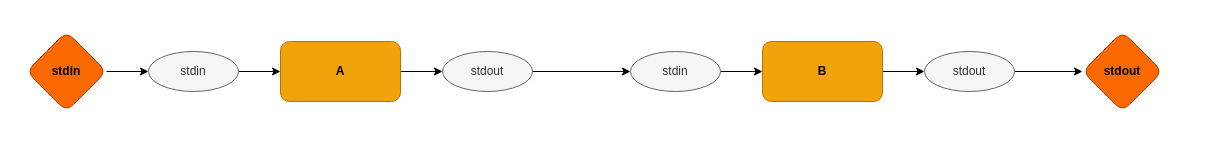
Above: seq.example.drawio in z64/odin0d (draw.io), before the change. Source tidied: cells renumbered, new cells numbered last; positions are measured from the earlier drawing's top-left corner, leaving out a move shared by most shapes. Both pictures are drawn from the tidied source at 100%, with x=0, y=0 at pixel (26, 31).
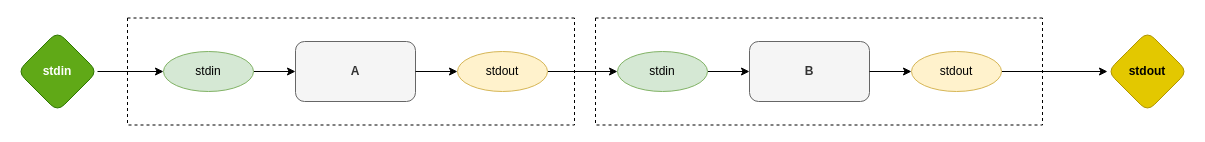
The same page after the edit.

What changed in the source:
```diff
@@
 <mxGraphModel>
   <root>
     <mxCell id="0" />
     <mxCell id="1" parent="0" />
     <mxCell id="2" style="edgeStyle=orthogonalEdgeStyle;rounded=1;jettySize=auto;html=1;exitX=1;exitY=0.5;exitDx=0;exitDy=0;entryX=0;entryY=0.5;entryDx=0;entryDy=0;" parent="1" edge="1" source="3" target="8">
       <mxGeometry relative="1" as="geometry" />
     </mxCell>
-    <mxCell id="3" value="stdin" style="rhombus;whiteSpace=wrap;html=1;rounded=1;fillColor=#fa6800;fontColor=#000000;strokeColor=#C73500;fontStyle=1;" parent="1" vertex="1">
-      <mxGeometry width="80" height="80" as="geometry" />
+    <mxCell id="3" value="stdin" style="rhombus;whiteSpace=wrap;html=1;rounded=1;fillColor=#60a917;fontColor=#ffffff;strokeColor=#2D7600;fontStyle=1;" parent="1" vertex="1">
+      <mxGeometry x="-9" width="80" height="80" as="geometry" />
     </mxCell>
-    <mxCell id="4" value="stdout" style="rhombus;whiteSpace=wrap;html=1;rounded=1;fillColor=#fa6800;fontColor=#000000;strokeColor=#C73500;fontStyle=1;" parent="1" vertex="1">
-      <mxGeometry x="1056" width="80" height="80" as="geometry" />
+    <mxCell id="4" value="stdout" style="rhombus;whiteSpace=wrap;html=1;rounded=1;fillColor=#e3c800;fontColor=#000000;strokeColor=#B09500;fontStyle=1;" parent="1" vertex="1">
+      <mxGeometry x="1081" width="80" height="80" as="geometry" />
     </mxCell>
-    <mxCell id="5" style="edgeStyle=orthogonalEdgeStyle;rounded=1;jettySize=auto;html=1;exitX=1;exitY=0.5;exitDx=0;exitDy=0;endArrow=classic;endFill=1;" parent="1" edge="1" source="6" target="10">
-      <mxGeometry relative="1" as="geometry" />
-    </mxCell>
+    <mxCell id="9" style="edgeStyle=orthogonalEdgeStyle;rounded=1;jettySize=auto;html=1;exitX=1;exitY=0.5;exitDx=0;exitDy=0;" parent="1" edge="1" source="10" target="14">
+      <mxGeometry relative="1" as="geometry" />
+    </mxCell>
+    <mxCell id="15" style="edgeStyle=orthogonalEdgeStyle;rounded=1;jettySize=auto;html=1;exitX=1;exitY=0.5;exitDx=0;exitDy=0;entryX=0;entryY=0.5;entryDx=0;entryDy=0;" parent="1" edge="1" source="16" target="4">
+      <mxGeometry relative="1" as="geometry" />
+    </mxCell>
+    <mxCell id="17" style="swimlane;startSize=0;dashed=1;" parent="1" vertex="1">
+      <mxGeometry x="101" y="-13.5" width="447" height="107" as="geometry" />
+    </mxCell>
-    <mxCell id="6" value="A" style="rounded=1;whiteSpace=wrap;html=1;fillColor=#f0a30a;strokeColor=#BD7000;fontColor=#000000;fontStyle=1;" parent="1" vertex="1">
-      <mxGeometry x="254" y="10" width="120" height="60" as="geometry" />
+    <mxCell id="6" value="A" style="rounded=1;whiteSpace=wrap;html=1;fillColor=#f5f5f5;strokeColor=#666666;fontColor=#333333;fontStyle=1;" parent="17" vertex="1">
+      <mxGeometry x="168" y="23.5" width="120" height="60" as="geometry" />
     </mxCell>
-    <mxCell id="7" style="edgeStyle=orthogonalEdgeStyle;rounded=1;jettySize=auto;html=1;exitX=1;exitY=0.5;exitDx=0;exitDy=0;entryX=0;entryY=0.5;entryDx=0;entryDy=0;endArrow=classic;endFill=1;" parent="1" edge="1" source="8" target="6">
+    <mxCell id="7" style="edgeStyle=orthogonalEdgeStyle;rounded=1;jettySize=auto;html=1;exitX=1;exitY=0.5;exitDx=0;exitDy=0;entryX=0;entryY=0.5;entryDx=0;entryDy=0;endArrow=classic;endFill=1;" parent="17" edge="1" source="8" target="6">
       <mxGeometry relative="1" as="geometry" />
     </mxCell>
-    <mxCell id="8" value="stdin" style="ellipse;whiteSpace=wrap;html=1;rounded=1;fillColor=#f5f5f5;strokeColor=#666666;fontColor=#333333;" parent="1" vertex="1">
-      <mxGeometry x="122" y="20" width="90" height="40" as="geometry" />
+    <mxCell id="8" value="stdin" style="ellipse;whiteSpace=wrap;html=1;rounded=1;fillColor=#d5e8d4;strokeColor=#82b366;" parent="17" vertex="1">
+      <mxGeometry x="36" y="33.5" width="90" height="40" as="geometry" />
     </mxCell>
-    <mxCell id="9" style="edgeStyle=orthogonalEdgeStyle;rounded=1;jettySize=auto;html=1;exitX=1;exitY=0.5;exitDx=0;exitDy=0;" parent="1" edge="1" source="10" target="14">
-      <mxGeometry relative="1" as="geometry" />
-    </mxCell>
-    <mxCell id="10" value="stdout" style="ellipse;whiteSpace=wrap;html=1;rounded=1;fillColor=#f5f5f5;strokeColor=#666666;fontColor=#333333;" parent="1" vertex="1">
-      <mxGeometry x="416" y="20" width="90" height="40" as="geometry" />
+    <mxCell id="10" value="stdout" style="ellipse;whiteSpace=wrap;html=1;rounded=1;fillColor=#fff2cc;strokeColor=#d6b656;" parent="17" vertex="1">
+      <mxGeometry x="330" y="33.5" width="90" height="40" as="geometry" />
     </mxCell>
-    <mxCell id="11" style="edgeStyle=orthogonalEdgeStyle;rounded=1;jettySize=auto;html=1;exitX=1;exitY=0.5;exitDx=0;exitDy=0;endArrow=classic;endFill=1;" parent="1" edge="1" source="12" target="16">
-      <mxGeometry relative="1" as="geometry" />
-    </mxCell>
+    <mxCell id="5" style="edgeStyle=orthogonalEdgeStyle;rounded=1;jettySize=auto;html=1;exitX=1;exitY=0.5;exitDx=0;exitDy=0;endArrow=classic;endFill=1;" parent="17" edge="1" source="6" target="10">
+      <mxGeometry relative="1" as="geometry" />
+    </mxCell>
+    <mxCell id="18" style="swimlane;startSize=0;dashed=1;" parent="1" vertex="1">
+      <mxGeometry x="569" y="-13.5" width="447" height="107" as="geometry" />
+    </mxCell>
-    <mxCell id="12" value="B" style="rounded=1;whiteSpace=wrap;html=1;fillColor=#f0a30a;strokeColor=#BD7000;fontColor=#000000;fontStyle=1;" parent="1" vertex="1">
-      <mxGeometry x="736" y="10" width="120" height="60" as="geometry" />
+    <mxCell id="12" value="B" style="rounded=1;whiteSpace=wrap;html=1;fillColor=#f5f5f5;strokeColor=#666666;fontColor=#333333;fontStyle=1;" parent="18" vertex="1">
+      <mxGeometry x="154" y="23.5" width="120" height="60" as="geometry" />
     </mxCell>
-    <mxCell id="13" style="edgeStyle=orthogonalEdgeStyle;rounded=1;jettySize=auto;html=1;exitX=1;exitY=0.5;exitDx=0;exitDy=0;entryX=0;entryY=0.5;entryDx=0;entryDy=0;endArrow=classic;endFill=1;" parent="1" edge="1" source="14" target="12">
+    <mxCell id="13" style="edgeStyle=orthogonalEdgeStyle;rounded=1;jettySize=auto;html=1;exitX=1;exitY=0.5;exitDx=0;exitDy=0;entryX=0;entryY=0.5;entryDx=0;entryDy=0;endArrow=classic;endFill=1;" parent="18" edge="1" source="14" target="12">
       <mxGeometry relative="1" as="geometry" />
     </mxCell>
-    <mxCell id="14" value="stdin" style="ellipse;whiteSpace=wrap;html=1;rounded=1;fillColor=#f5f5f5;strokeColor=#666666;fontColor=#333333;" parent="1" vertex="1">
-      <mxGeometry x="604" y="20" width="90" height="40" as="geometry" />
+    <mxCell id="14" value="stdin" style="ellipse;whiteSpace=wrap;html=1;rounded=1;fillColor=#d5e8d4;strokeColor=#82b366;" parent="18" vertex="1">
+      <mxGeometry x="22" y="33.5" width="90" height="40" as="geometry" />
     </mxCell>
-    <mxCell id="15" style="edgeStyle=orthogonalEdgeStyle;rounded=1;jettySize=auto;html=1;exitX=1;exitY=0.5;exitDx=0;exitDy=0;entryX=0;entryY=0.5;entryDx=0;entryDy=0;" parent="1" edge="1" source="16" target="4">
-      <mxGeometry relative="1" as="geometry" />
-    </mxCell>
-    <mxCell id="16" value="stdout" style="ellipse;whiteSpace=wrap;html=1;rounded=1;fillColor=#f5f5f5;strokeColor=#666666;fontColor=#333333;" parent="1" vertex="1">
-      <mxGeometry x="898" y="20" width="90" height="40" as="geometry" />
+    <mxCell id="16" value="stdout" style="ellipse;whiteSpace=wrap;html=1;rounded=1;fillColor=#fff2cc;strokeColor=#d6b656;" parent="18" vertex="1">
+      <mxGeometry x="316" y="33.5" width="90" height="40" as="geometry" />
     </mxCell>
+    <mxCell id="11" style="edgeStyle=orthogonalEdgeStyle;rounded=1;jettySize=auto;html=1;exitX=1;exitY=0.5;exitDx=0;exitDy=0;endArrow=classic;endFill=1;" parent="18" edge="1" source="12" target="16">
+      <mxGeometry relative="1" as="geometry" />
+    </mxCell>
   </root>
 </mxGraphModel>
```
